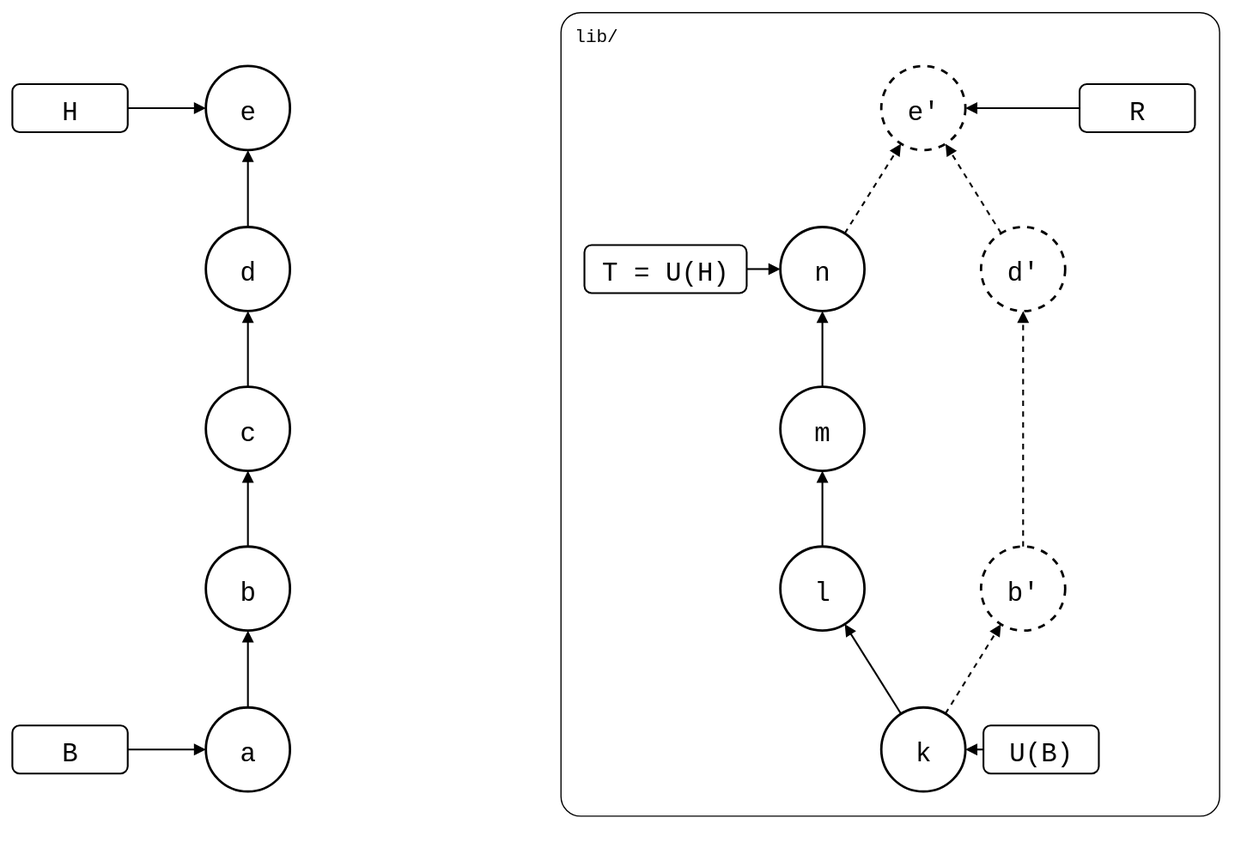
Above: git-splice/test/scenarios/01-everyday-sync/01-sync-model/01-after-pull/after-pull.drawio.svg in roschaefer/episodes (draw.io), before the change. Source tidied: cells renumbered, new cells last; positions are measured from the earlier drawing's top-left corner, leaving out a move shared by most shapes.
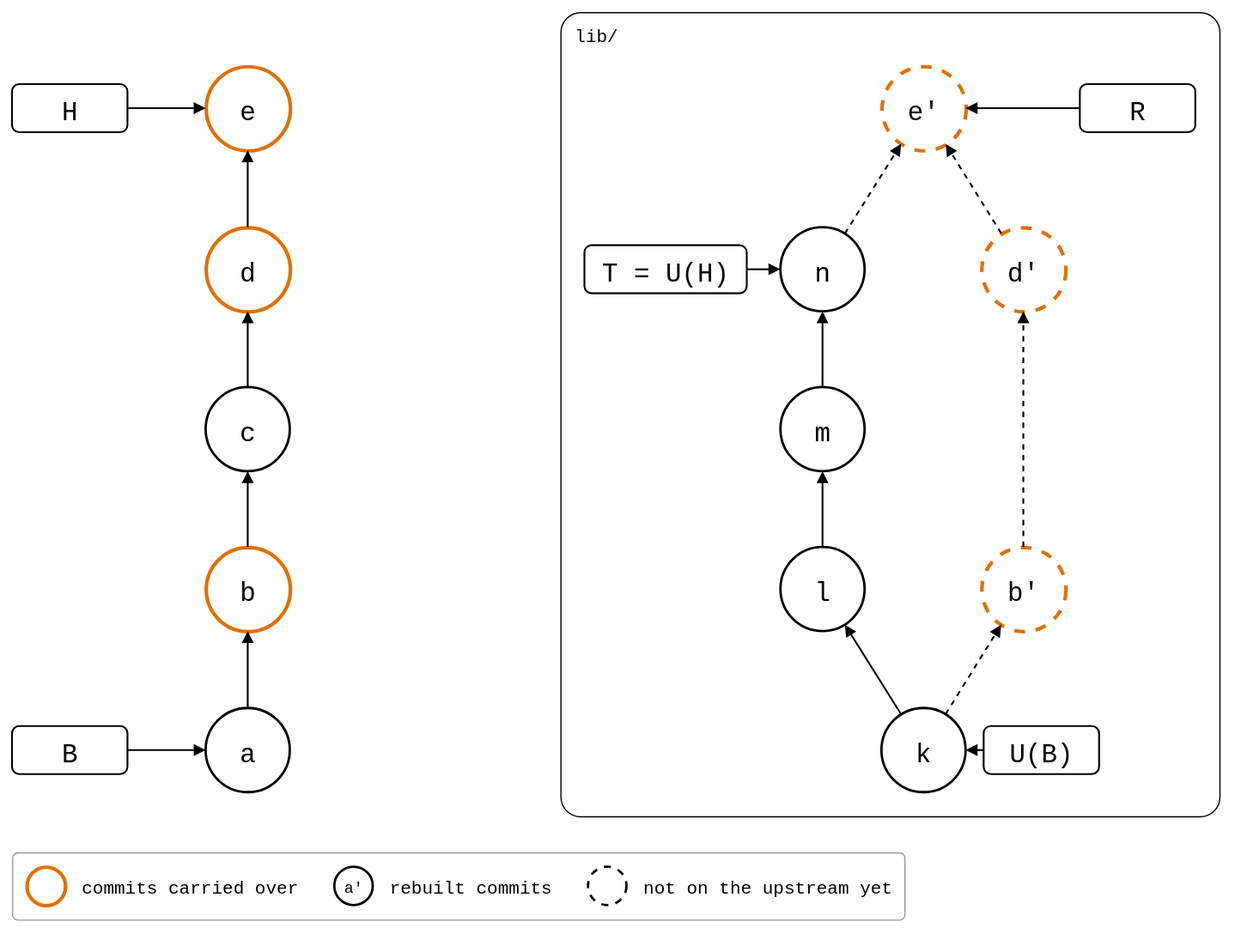
Later version of the same file.

Change to the diagram source:
```diff
@@ -8,16 +8,16 @@
     <mxCell id="3" value="a" style="ellipse;strokeWidth=2;fontSize=22;fontFamily=Roboto Mono,monospace;" parent="1" vertex="1">
       <mxGeometry x="161" y="579" width="70" height="70" as="geometry" />
     </mxCell>
-    <mxCell id="4" value="b" style="ellipse;strokeWidth=2;fontSize=22;fontFamily=Roboto Mono,monospace;" parent="1" vertex="1">
+    <mxCell id="4" value="b" style="ellipse;fontSize=22;fontFamily=Roboto Mono,monospace;strokeColor=#E07000;strokeWidth=3;" parent="1" vertex="1">
       <mxGeometry x="161" y="445" width="70" height="70" as="geometry" />
     </mxCell>
-    <mxCell id="5" value="c" style="ellipse;strokeWidth=2;fontSize=22;fontFamily=Roboto Mono,monospace;" parent="1" vertex="1">
+    <mxCell id="5" value="c" style="ellipse;fontSize=22;fontFamily=Roboto Mono,monospace;strokeWidth=2;" parent="1" vertex="1">
       <mxGeometry x="161" y="312" width="70" height="70" as="geometry" />
     </mxCell>
-    <mxCell id="6" value="d" style="ellipse;strokeWidth=2;fontSize=22;fontFamily=Roboto Mono,monospace;" parent="1" vertex="1">
+    <mxCell id="6" value="d" style="ellipse;fontSize=22;fontFamily=Roboto Mono,monospace;strokeColor=#E07000;strokeWidth=3;" parent="1" vertex="1">
       <mxGeometry x="161" y="179" width="70" height="70" as="geometry" />
     </mxCell>
-    <mxCell id="7" value="e" style="ellipse;strokeWidth=2;fontSize=22;fontFamily=Roboto Mono,monospace;" parent="1" vertex="1">
+    <mxCell id="7" value="e" style="ellipse;fontSize=22;fontFamily=Roboto Mono,monospace;strokeColor=#E07000;strokeWidth=3;" parent="1" vertex="1">
       <mxGeometry x="161" y="45" width="70" height="70" as="geometry" />
     </mxCell>
     <mxCell id="8" value="k" style="ellipse;strokeWidth=2;fontSize=22;fontFamily=Roboto Mono,monospace;" parent="1" vertex="1">
@@ -32,13 +32,13 @@
     <mxCell id="11" value="n" style="ellipse;strokeWidth=2;fontSize=22;fontFamily=Roboto Mono,monospace;" parent="1" vertex="1">
       <mxGeometry x="639" y="179" width="70" height="70" as="geometry" />
     </mxCell>
-    <mxCell id="12" value="b'" style="ellipse;strokeWidth=2;fontSize=22;fontFamily=Roboto Mono,monospace;dashed=1;" parent="1" vertex="1">
+    <mxCell id="12" value="b'" style="ellipse;fontSize=22;fontFamily=Roboto Mono,monospace;dashed=1;strokeColor=#E07000;strokeWidth=3;" parent="1" vertex="1">
       <mxGeometry x="806" y="445" width="70" height="70" as="geometry" />
     </mxCell>
-    <mxCell id="13" value="d'" style="ellipse;strokeWidth=2;fontSize=22;fontFamily=Roboto Mono,monospace;dashed=1;" parent="1" vertex="1">
+    <mxCell id="13" value="d'" style="ellipse;fontSize=22;fontFamily=Roboto Mono,monospace;dashed=1;strokeColor=#E07000;strokeWidth=3;" parent="1" vertex="1">
       <mxGeometry x="806" y="179" width="70" height="70" as="geometry" />
     </mxCell>
-    <mxCell id="14" value="e'" style="ellipse;strokeWidth=2;fontSize=22;fontFamily=Roboto Mono,monospace;dashed=1;" parent="1" vertex="1">
+    <mxCell id="14" value="e'" style="ellipse;fontSize=22;fontFamily=Roboto Mono,monospace;dashed=1;strokeColor=#E07000;strokeWidth=3;" parent="1" vertex="1">
       <mxGeometry x="723" y="45" width="70" height="70" as="geometry" />
     </mxCell>
     <mxCell id="15" value="H" style="rounded=1;strokeWidth=1.5;fontSize=22;fontFamily=Roboto Mono,monospace;" parent="1" vertex="1">
@@ -104,5 +104,26 @@
     <mxCell id="35" style="endArrow=block;endFill=1;html=1;strokeWidth=1.5;rounded=0;" parent="1" edge="1" source="17" target="14">
       <mxGeometry relative="1" as="geometry" />
     </mxCell>
+    <mxCell id="36" style="rounded=1;arcSize=8;fillColor=none;strokeColor=#999999;strokeWidth=1;legend=1;" parent="1" vertex="1">
+      <mxGeometry y="699" width="742" height="56" as="geometry" />
+    </mxCell>
+    <mxCell id="37" style="ellipse;fontSize=13;fontFamily=Roboto Mono,monospace;strokeColor=#E07000;strokeWidth=3;" parent="36" vertex="1">
+      <mxGeometry x="12" y="12" width="32" height="32" as="geometry" />
+    </mxCell>
+    <mxCell id="38" value="commits carried over" style="text;align=left;verticalAlign=middle;fontSize=15;fontFamily=Roboto Mono,monospace;" parent="36" vertex="1">
+      <mxGeometry x="56" y="12" width="180" height="32" as="geometry" />
+    </mxCell>
+    <mxCell id="39" value="a'" style="ellipse;fontSize=13;fontFamily=Roboto Mono,monospace;strokeWidth=2;" parent="36" vertex="1">
+      <mxGeometry x="268" y="12" width="32" height="32" as="geometry" />
+    </mxCell>
+    <mxCell id="40" value="rebuilt commits" style="text;align=left;verticalAlign=middle;fontSize=15;fontFamily=Roboto Mono,monospace;" parent="36" vertex="1">
+      <mxGeometry x="312" y="12" width="135" height="32" as="geometry" />
+    </mxCell>
+    <mxCell id="41" style="ellipse;fontSize=13;fontFamily=Roboto Mono,monospace;strokeWidth=2;dashed=1;" parent="36" vertex="1">
+      <mxGeometry x="479" y="12" width="32" height="32" as="geometry" />
+    </mxCell>
+    <mxCell id="42" value="not on the upstream yet" style="text;align=left;verticalAlign=middle;fontSize=15;fontFamily=Roboto Mono,monospace;" parent="36" vertex="1">
+      <mxGeometry x="523" y="12" width="207" height="32" as="geometry" />
+    </mxCell>
   </root>
 </mxGraphModel>
```
